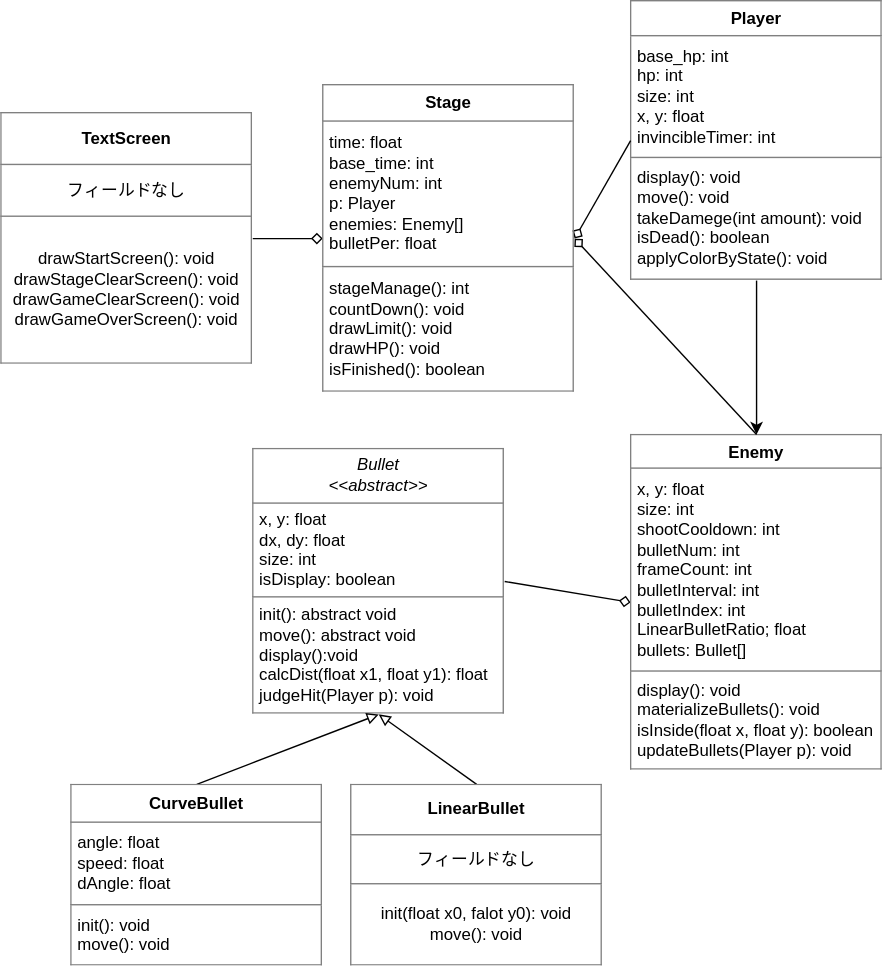
The draw.io diagram oop_report/uml.drawio.svg in judz218/oop, before a commit. Source tidied: cells renumbered, new cells last; positions are measured from the earlier drawing's top-left corner, leaving out a move shared by most shapes.
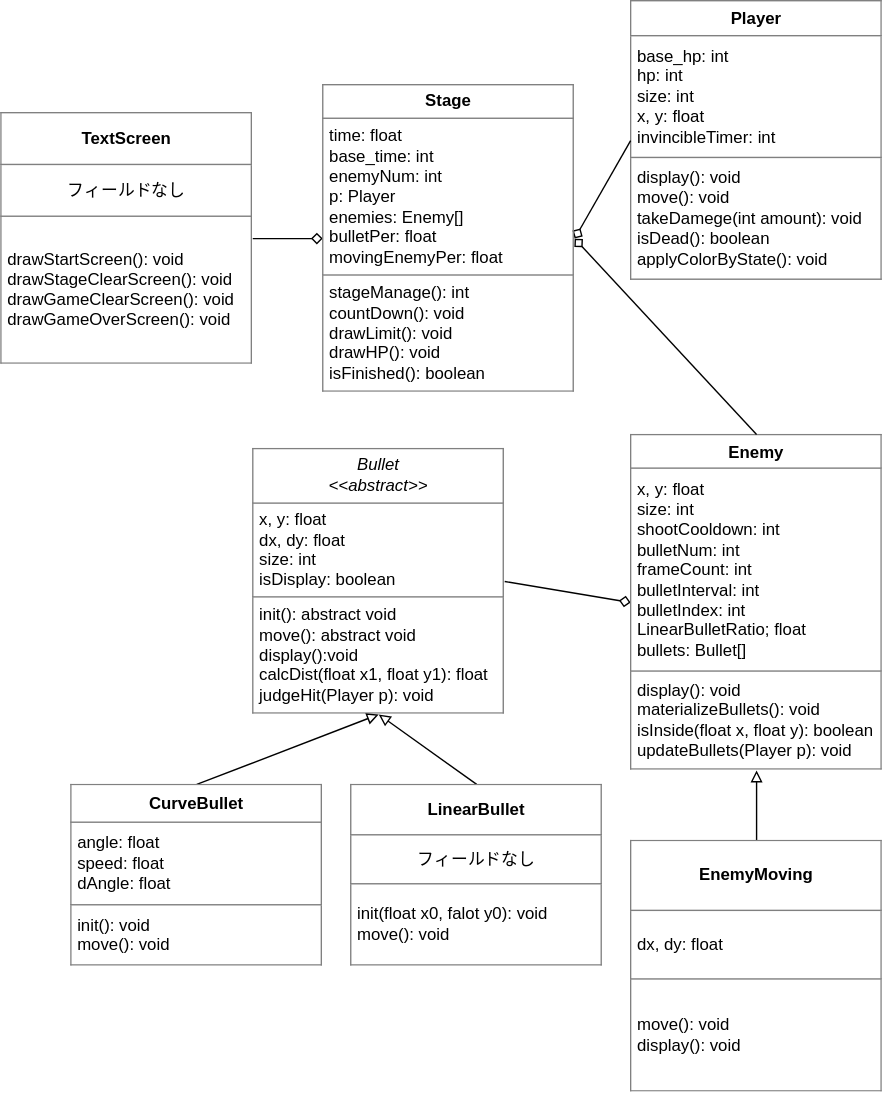
Later version of the same file.

Commit message:
動く敵の呼び出し方法とクラス図への追加

What changed in the source:
```diff
@@ -17,9 +17,6 @@
     <mxCell id="6" value="&lt;table border=&quot;1&quot; width=&quot;100%&quot; height=&quot;100%&quot; cellpadding=&quot;4&quot; style=&quot;width:100%;height:100%;border-collapse:collapse;&quot;&gt;&lt;tbody&gt;&lt;tr&gt;&lt;th align=&quot;center&quot;&gt;Enemy&lt;/th&gt;&lt;/tr&gt;&lt;tr&gt;&lt;td&gt;x, y: float&lt;br&gt;size: int&lt;br&gt;shootCooldown: int&lt;br&gt;bulletNum: int&lt;br&gt;frameCount: int&lt;br&gt;bulletInterval: int&lt;br&gt;bulletIndex: int&lt;br&gt;LinearBulletRatio; float&lt;br&gt;bullets: Bullet[]&lt;/td&gt;&lt;/tr&gt;&lt;tr&gt;&lt;td&gt;display(): void&lt;br&gt;materializeBullets(): void&lt;br&gt;isInside(float x, float y): boolean&lt;br&gt;updateBullets(Player p): void&lt;/td&gt;&lt;/tr&gt;&lt;/tbody&gt;&lt;/table&gt;" style="text;html=1;whiteSpace=wrap;strokeColor=none;fillColor=none;overflow=fill;" parent="1" vertex="1">
       <mxGeometry x="450" y="310" width="180" height="240" as="geometry" />
     </mxCell>
-    <mxCell id="7" style="edgeStyle=none;html=1;" parent="1" edge="1" source="8" target="6">
-      <mxGeometry relative="1" as="geometry" />
-    </mxCell>
     <mxCell id="8" value="&lt;table border=&quot;1&quot; width=&quot;100%&quot; height=&quot;100%&quot; cellpadding=&quot;4&quot; style=&quot;width:100%;height:100%;border-collapse:collapse;&quot;&gt;&lt;tbody&gt;&lt;tr&gt;&lt;th align=&quot;center&quot;&gt;Player&lt;br&gt;&lt;/th&gt;&lt;/tr&gt;&lt;tr&gt;&lt;td&gt;base_hp: int&lt;br&gt;hp: int&lt;br&gt;size: int&lt;br&gt;x, y: float&lt;br&gt;invincibleTimer: int&lt;/td&gt;&lt;/tr&gt;&lt;tr&gt;&lt;td&gt;display(): void&lt;br&gt;move(): void&lt;br&gt;takeDamege(int amount): void&lt;br&gt;isDead(): boolean&lt;br&gt;applyColorByState(): void&lt;/td&gt;&lt;/tr&gt;&lt;/tbody&gt;&lt;/table&gt;" style="text;html=1;whiteSpace=wrap;strokeColor=none;fillColor=none;overflow=fill;" parent="1" vertex="1">
       <mxGeometry x="450" width="180" height="200" as="geometry" />
     </mxCell>
@@ -32,17 +29,23 @@
     <mxCell id="11" style="edgeStyle=none;html=1;exitX=0;exitY=0.5;exitDx=0;exitDy=0;entryX=1;entryY=0.5;entryDx=0;entryDy=0;endArrow=none;endFill=0;startArrow=diamond;startFill=0;" parent="1" edge="1" source="12" target="15">
       <mxGeometry relative="1" as="geometry" />
     </mxCell>
-    <mxCell id="12" value="&lt;table style=&quot;width:100%;height:100%;border-collapse:collapse;&quot; cellpadding=&quot;4&quot; height=&quot;100%&quot; width=&quot;100%&quot; border=&quot;1&quot;&gt;&lt;tbody&gt;&lt;tr&gt;&lt;th align=&quot;center&quot;&gt;Stage&lt;br&gt;&lt;/th&gt;&lt;/tr&gt;&lt;tr&gt;&lt;td&gt;time: float&lt;br&gt;base_time: int&lt;br&gt;enemyNum: int&lt;br&gt;p: Player&lt;br&gt;enemies: Enemy[]&lt;br&gt;bulletPer: float&lt;/td&gt;&lt;/tr&gt;&lt;tr&gt;&lt;td&gt;stageManage(): int&lt;br&gt;countDown(): void&lt;br&gt;drawLimit(): void&lt;br&gt;drawHP(): void&lt;br&gt;isFinished(): boolean&lt;/td&gt;&lt;/tr&gt;&lt;/tbody&gt;&lt;/table&gt;" style="text;html=1;whiteSpace=wrap;strokeColor=none;fillColor=none;overflow=fill;" parent="1" vertex="1">
+    <mxCell id="12" value="&lt;table style=&quot;width:100%;height:100%;border-collapse:collapse;&quot; cellpadding=&quot;4&quot; height=&quot;100%&quot; width=&quot;100%&quot; border=&quot;1&quot;&gt;&lt;tbody&gt;&lt;tr&gt;&lt;th align=&quot;center&quot;&gt;Stage&lt;br&gt;&lt;/th&gt;&lt;/tr&gt;&lt;tr&gt;&lt;td&gt;time: float&lt;br&gt;base_time: int&lt;br&gt;enemyNum: int&lt;br&gt;p: Player&lt;br&gt;enemies: Enemy[]&lt;br&gt;bulletPer: float&lt;br&gt;movingEnemyPer: float&lt;/td&gt;&lt;/tr&gt;&lt;tr&gt;&lt;td&gt;stageManage(): int&lt;br&gt;countDown(): void&lt;br&gt;drawLimit(): void&lt;br&gt;drawHP(): void&lt;br&gt;isFinished(): boolean&lt;/td&gt;&lt;/tr&gt;&lt;/tbody&gt;&lt;/table&gt;" style="text;html=1;whiteSpace=wrap;strokeColor=none;fillColor=none;overflow=fill;" parent="1" vertex="1">
       <mxGeometry x="230" y="60" width="180" height="220" as="geometry" />
     </mxCell>
     <mxCell id="13" style="edgeStyle=none;html=1;exitX=0.5;exitY=0;exitDx=0;exitDy=0;endArrow=block;endFill=0;entryX=0.5;entryY=1;entryDx=0;entryDy=0;" parent="1" edge="1" source="14" target="3">
       <mxGeometry relative="1" as="geometry" />
     </mxCell>
-    <mxCell id="14" value="&lt;table border=&quot;1&quot; width=&quot;100%&quot; height=&quot;100%&quot; cellpadding=&quot;4&quot; style=&quot;width:100%;height:100%;border-collapse:collapse;&quot;&gt;&lt;tbody&gt;&lt;tr&gt;&lt;th align=&quot;center&quot;&gt;LinearBullet&lt;/th&gt;&lt;/tr&gt;&lt;tr&gt;&lt;td align=&quot;center&quot;&gt;フィールドなし&lt;/td&gt;&lt;/tr&gt;&lt;tr&gt;&lt;td align=&quot;center&quot;&gt;init(float x0, falot y0): void&lt;br&gt;move(): void&lt;/td&gt;&lt;/tr&gt;&lt;/tbody&gt;&lt;/table&gt;" style="text;html=1;whiteSpace=wrap;strokeColor=none;fillColor=none;overflow=fill;" parent="1" vertex="1">
+    <mxCell id="14" value="&lt;table border=&quot;1&quot; width=&quot;100%&quot; height=&quot;100%&quot; cellpadding=&quot;4&quot; style=&quot;width:100%;height:100%;border-collapse:collapse;&quot;&gt;&lt;tbody&gt;&lt;tr&gt;&lt;th align=&quot;center&quot;&gt;LinearBullet&lt;/th&gt;&lt;/tr&gt;&lt;tr&gt;&lt;td align=&quot;center&quot;&gt;フィールドなし&lt;/td&gt;&lt;/tr&gt;&lt;tr&gt;&lt;td&gt;init(float x0, falot y0): void&lt;br&gt;move(): void&lt;/td&gt;&lt;/tr&gt;&lt;/tbody&gt;&lt;/table&gt;" style="text;html=1;whiteSpace=wrap;strokeColor=none;fillColor=none;overflow=fill;" parent="1" vertex="1">
       <mxGeometry x="250" y="560" width="180" height="130" as="geometry" />
     </mxCell>
-    <mxCell id="15" value="&lt;table border=&quot;1&quot; width=&quot;100%&quot; height=&quot;100%&quot; cellpadding=&quot;4&quot; style=&quot;width:100%;height:100%;border-collapse:collapse;&quot;&gt;&lt;tbody&gt;&lt;tr&gt;&lt;th align=&quot;center&quot;&gt;TextScreen&lt;br&gt;&lt;/th&gt;&lt;/tr&gt;&lt;tr&gt;&lt;td align=&quot;center&quot;&gt;フィールドなし&lt;/td&gt;&lt;/tr&gt;&lt;tr&gt;&lt;td align=&quot;center&quot;&gt;drawStartScreen(): void&lt;br&gt;drawStageClearScreen(): void&lt;br&gt;drawGameClearScreen(): void&lt;br&gt;drawGameOverScreen(): void&lt;br&gt;&lt;/td&gt;&lt;/tr&gt;&lt;/tbody&gt;&lt;/table&gt;" style="text;html=1;whiteSpace=wrap;strokeColor=none;fillColor=none;overflow=fill;" parent="1" vertex="1">
+    <mxCell id="15" value="&lt;table border=&quot;1&quot; width=&quot;100%&quot; height=&quot;100%&quot; cellpadding=&quot;4&quot; style=&quot;width:100%;height:100%;border-collapse:collapse;&quot;&gt;&lt;tbody&gt;&lt;tr&gt;&lt;th align=&quot;center&quot;&gt;TextScreen&lt;br&gt;&lt;/th&gt;&lt;/tr&gt;&lt;tr&gt;&lt;td align=&quot;center&quot;&gt;フィールドなし&lt;/td&gt;&lt;/tr&gt;&lt;tr&gt;&lt;td&gt;drawStartScreen(): void&lt;br&gt;drawStageClearScreen(): void&lt;br&gt;drawGameClearScreen(): void&lt;br&gt;drawGameOverScreen(): void&lt;br&gt;&lt;/td&gt;&lt;/tr&gt;&lt;/tbody&gt;&lt;/table&gt;" style="text;html=1;whiteSpace=wrap;strokeColor=none;fillColor=none;overflow=fill;" parent="1" vertex="1">
       <mxGeometry y="80" width="180" height="180" as="geometry" />
     </mxCell>
+    <mxCell id="16" style="edgeStyle=none;html=1;exitX=0.5;exitY=0;exitDx=0;exitDy=0;entryX=0.5;entryY=1;entryDx=0;entryDy=0;endArrow=block;endFill=0;" parent="1" edge="1" source="17" target="6">
+      <mxGeometry relative="1" as="geometry" />
+    </mxCell>
+    <mxCell id="17" value="&lt;table border=&quot;1&quot; width=&quot;100%&quot; height=&quot;100%&quot; cellpadding=&quot;4&quot; style=&quot;width:100%;height:100%;border-collapse:collapse;&quot;&gt;&lt;tbody&gt;&lt;tr&gt;&lt;th align=&quot;center&quot;&gt;EnemyMoving&lt;/th&gt;&lt;/tr&gt;&lt;tr&gt;&lt;td&gt;dx, dy: float&lt;/td&gt;&lt;/tr&gt;&lt;tr&gt;&lt;td&gt;move(): void&lt;br&gt;display(): void&lt;/td&gt;&lt;/tr&gt;&lt;/tbody&gt;&lt;/table&gt;" style="text;html=1;whiteSpace=wrap;strokeColor=none;fillColor=none;overflow=fill;" parent="1" vertex="1">
+      <mxGeometry x="450" y="600" width="180" height="180" as="geometry" />
+    </mxCell>
   </root>
 </mxGraphModel>
```
